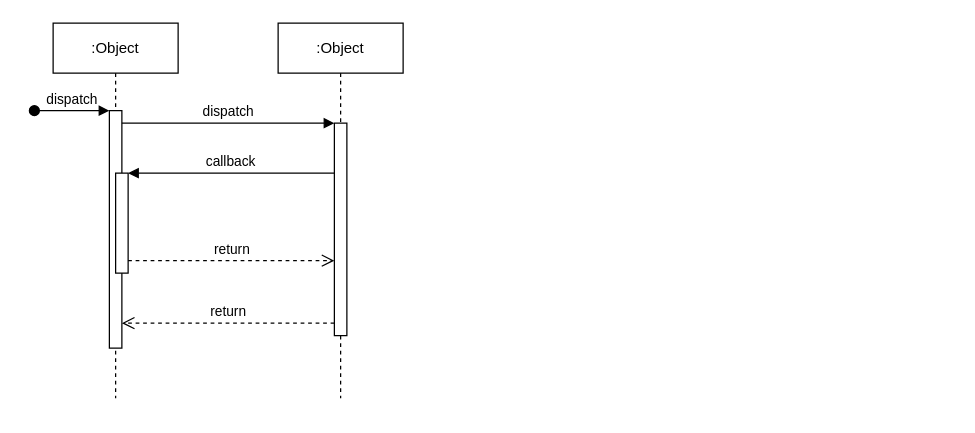
User-Cool/libcef-c-doc keeps this draw.io diagram as 未命名绘图.drawio. Above is the earlier version. Source tidied: cells renumbered, new cells numbered last; positions are measured from the earlier drawing's top-left corner, leaving out a move shared by most shapes. Both pictures are drawn from the tidied source at 125%, with x=0, y=0 at pixel (34, 22).
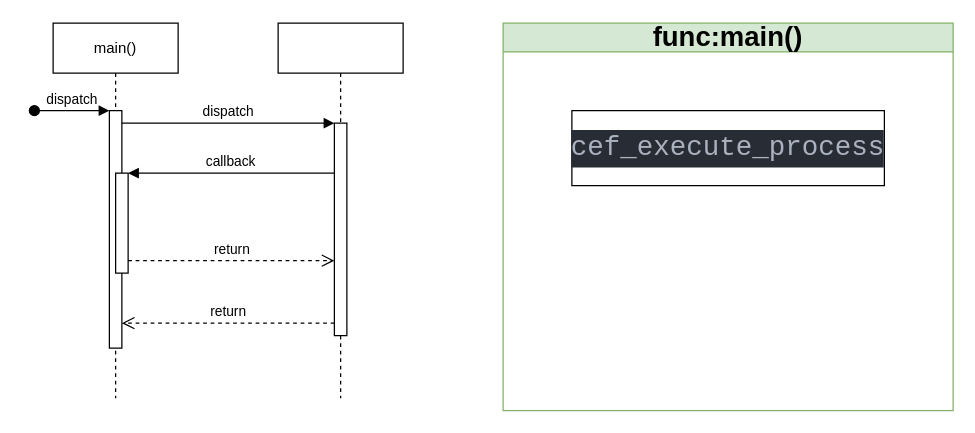
The same diagram, later.

Diff of the diagram source:
```diff
@@
 <mxGraphModel>
   <root>
     <mxCell id="0" />
     <mxCell id="1" parent="0" />
-    <mxCell id="2" value=":Object" style="shape=umlLifeline;perimeter=lifelinePerimeter;whiteSpace=wrap;html=1;newEdgeStyle={&quot;edgeStyle&quot;:&quot;elbowEdgeStyle&quot;,&quot;elbow&quot;:&quot;vertical&quot;,&quot;curved&quot;:0,&quot;rounded&quot;:0};" parent="1" vertex="1">
+    <mxCell id="2" value="main()" style="shape=umlLifeline;perimeter=lifelinePerimeter;whiteSpace=wrap;html=1;newEdgeStyle={&quot;edgeStyle&quot;:&quot;elbowEdgeStyle&quot;,&quot;elbow&quot;:&quot;vertical&quot;,&quot;curved&quot;:0,&quot;rounded&quot;:0};" parent="1" vertex="1">
       <mxGeometry x="15" width="100" height="300" as="geometry" />
     </mxCell>
     <mxCell id="3" style="html=1;points=[];perimeter=orthogonalPerimeter;outlineConnect=0;targetShapes=umlLifeline;portConstraint=eastwest;newEdgeStyle={&quot;edgeStyle&quot;:&quot;elbowEdgeStyle&quot;,&quot;elbow&quot;:&quot;vertical&quot;,&quot;curved&quot;:0,&quot;rounded&quot;:0};" parent="2" vertex="1">
       <mxGeometry x="45" y="70" width="10" height="190" as="geometry" />
     </mxCell>
     <mxCell id="4" value="dispatch" style="html=1;verticalAlign=bottom;startArrow=oval;endArrow=block;startSize=8;edgeStyle=elbowEdgeStyle;elbow=vertical;curved=0;rounded=0;" parent="2" edge="1" target="3">
       <mxGeometry relative="1" as="geometry">
         <mxPoint x="-15" y="70" as="sourcePoint" />
       </mxGeometry>
     </mxCell>
     <mxCell id="5" style="html=1;points=[];perimeter=orthogonalPerimeter;outlineConnect=0;targetShapes=umlLifeline;portConstraint=eastwest;newEdgeStyle={&quot;edgeStyle&quot;:&quot;elbowEdgeStyle&quot;,&quot;elbow&quot;:&quot;vertical&quot;,&quot;curved&quot;:0,&quot;rounded&quot;:0};" parent="2" vertex="1">
       <mxGeometry x="50" y="120" width="10" height="80" as="geometry" />
     </mxCell>
-    <mxCell id="6" value=":Object" style="shape=umlLifeline;perimeter=lifelinePerimeter;whiteSpace=wrap;html=1;newEdgeStyle={&quot;edgeStyle&quot;:&quot;elbowEdgeStyle&quot;,&quot;elbow&quot;:&quot;vertical&quot;,&quot;curved&quot;:0,&quot;rounded&quot;:0};" parent="1" vertex="1">
+    <mxCell id="6" style="shape=umlLifeline;perimeter=lifelinePerimeter;whiteSpace=wrap;html=1;newEdgeStyle={&quot;edgeStyle&quot;:&quot;elbowEdgeStyle&quot;,&quot;elbow&quot;:&quot;vertical&quot;,&quot;curved&quot;:0,&quot;rounded&quot;:0};" parent="1" vertex="1">
       <mxGeometry x="195" width="100" height="300" as="geometry" />
     </mxCell>
     <mxCell id="7" style="html=1;points=[];perimeter=orthogonalPerimeter;outlineConnect=0;targetShapes=umlLifeline;portConstraint=eastwest;newEdgeStyle={&quot;edgeStyle&quot;:&quot;elbowEdgeStyle&quot;,&quot;elbow&quot;:&quot;vertical&quot;,&quot;curved&quot;:0,&quot;rounded&quot;:0};" parent="6" vertex="1">
       <mxGeometry x="45" y="80" width="10" height="170" as="geometry" />
     </mxCell>
     <mxCell id="8" value="dispatch" style="html=1;verticalAlign=bottom;endArrow=block;edgeStyle=elbowEdgeStyle;elbow=vertical;curved=0;rounded=0;" parent="1" edge="1" source="3" target="7">
       <mxGeometry relative="1" as="geometry">
         <Array as="points">
           <mxPoint x="155" y="80" />
         </Array>
       </mxGeometry>
     </mxCell>
     <mxCell id="9" value="return" style="html=1;verticalAlign=bottom;endArrow=open;dashed=1;endSize=8;edgeStyle=elbowEdgeStyle;elbow=vertical;curved=0;rounded=0;" parent="1" edge="1" source="7" target="3">
       <mxGeometry relative="1" as="geometry">
         <Array as="points">
           <mxPoint x="165" y="240" />
         </Array>
       </mxGeometry>
     </mxCell>
     <mxCell id="10" value="callback" style="html=1;verticalAlign=bottom;endArrow=block;edgeStyle=elbowEdgeStyle;elbow=vertical;curved=0;rounded=0;" parent="1" edge="1" source="7" target="5">
       <mxGeometry relative="1" as="geometry">
         <Array as="points">
           <mxPoint x="165" y="120" />
         </Array>
       </mxGeometry>
     </mxCell>
     <mxCell id="11" value="return" style="html=1;verticalAlign=bottom;endArrow=open;dashed=1;endSize=8;edgeStyle=elbowEdgeStyle;elbow=vertical;curved=0;rounded=0;" parent="1" edge="1" source="5" target="7">
       <mxGeometry relative="1" as="geometry">
         <Array as="points">
           <mxPoint x="155" y="190" />
         </Array>
       </mxGeometry>
     </mxCell>
+    <mxCell id="12" value="&lt;font style=&quot;font-size: 22px;&quot;&gt;func:main()&lt;/font&gt;" style="swimlane;whiteSpace=wrap;html=1;fillColor=#d5e8d4;strokeColor=#82b366;" parent="1" vertex="1">
+      <mxGeometry x="375" width="360" height="310" as="geometry" />
+    </mxCell>
+    <mxCell id="13" value="&lt;div style=&quot;color: rgb(171, 178, 191); background-color: rgb(40, 44, 52); font-family: Consolas, &amp;quot;Source Code Pro&amp;quot;, &amp;quot;Source Code Pro&amp;quot;, Consolas, &amp;quot;Courier New&amp;quot;, monospace; font-size: 22px; line-height: 30px;&quot;&gt;cef_execute_process&lt;/div&gt;" style="rounded=0;whiteSpace=wrap;html=1;" parent="12" vertex="1">
+      <mxGeometry x="55" y="70" width="250" height="60" as="geometry" />
+    </mxCell>
   </root>
 </mxGraphModel>
```
